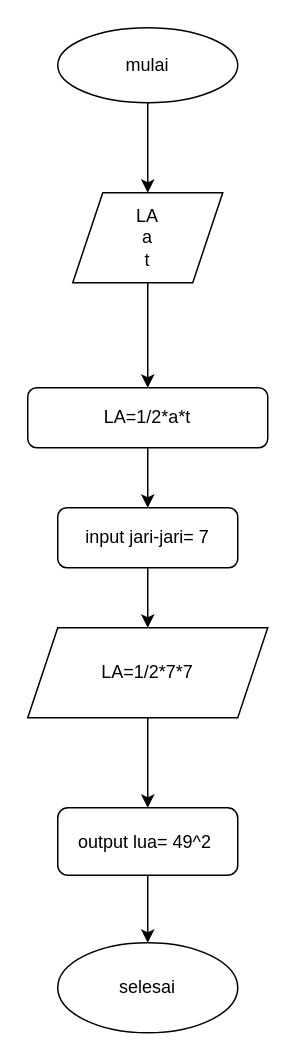
This is Diagram Tanpa Judul.drawio from lusy17/Algo_B_23241048_, a draw.io file, before an edit. Source tidied: cells renumbered, new cells numbered last; positions are measured from the earlier drawing's top-left corner, leaving out a move shared by most shapes. Both pictures are drawn from the tidied source at 150%, with x=0, y=0 at pixel (27, 27).
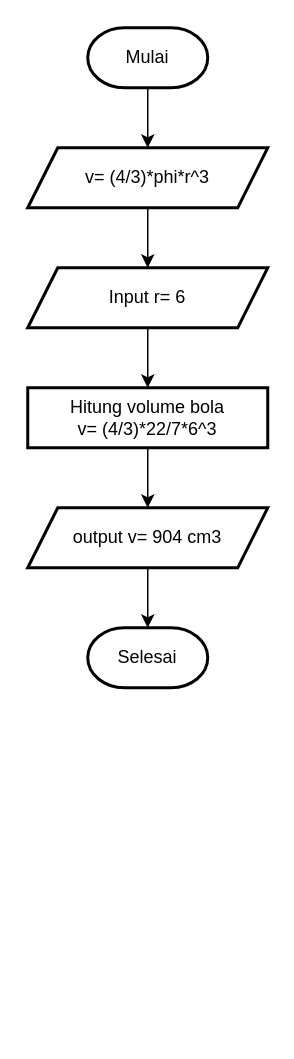
The same page after the edit.

Change to the diagram source:
```diff
@@
 <mxGraphModel>
   <root>
     <mxCell id="0" />
     <mxCell id="1" parent="0" />
-    <mxCell id="2" style="edgeStyle=orthogonalEdgeStyle;rounded=0;jettySize=auto;html=1;" parent="1" edge="1" source="3" target="5">
-      <mxGeometry relative="1" as="geometry" />
-    </mxCell>
-    <mxCell id="3" value="mulai" style="ellipse;whiteSpace=wrap;html=1;" parent="1" vertex="1">
-      <mxGeometry x="20" width="120" height="50" as="geometry" />
-    </mxCell>
-    <mxCell id="4" style="edgeStyle=orthogonalEdgeStyle;rounded=0;jettySize=auto;html=1;" parent="1" edge="1" source="5" target="7">
-      <mxGeometry relative="1" as="geometry" />
-    </mxCell>
-    <mxCell id="5" value="LA&lt;br&gt;a&lt;br&gt;t" style="shape=parallelogram;perimeter=parallelogramPerimeter;whiteSpace=wrap;html=1;fixedSize=1;" parent="1" vertex="1">
-      <mxGeometry x="30" y="110" width="100" height="60" as="geometry" />
-    </mxCell>
-    <mxCell id="6" style="edgeStyle=orthogonalEdgeStyle;rounded=0;jettySize=auto;html=1;" parent="1" edge="1" source="7" target="9">
-      <mxGeometry relative="1" as="geometry" />
-    </mxCell>
-    <mxCell id="7" value="LA=1/2*a*t" style="rounded=1;whiteSpace=wrap;html=1;" parent="1" vertex="1">
-      <mxGeometry y="240" width="160" height="40" as="geometry" />
-    </mxCell>
-    <mxCell id="8" style="edgeStyle=orthogonalEdgeStyle;rounded=0;jettySize=auto;html=1;" parent="1" edge="1" source="9" target="11">
-      <mxGeometry relative="1" as="geometry" />
-    </mxCell>
-    <mxCell id="9" value="input jari-jari= 7" style="rounded=1;whiteSpace=wrap;html=1;" parent="1" vertex="1">
-      <mxGeometry x="20" y="320" width="120" height="40" as="geometry" />
-    </mxCell>
-    <mxCell id="10" style="edgeStyle=orthogonalEdgeStyle;rounded=0;jettySize=auto;html=1;" parent="1" edge="1" source="11" target="13">
-      <mxGeometry relative="1" as="geometry" />
-    </mxCell>
-    <mxCell id="11" value="LA=1/2*7*7" style="shape=parallelogram;perimeter=parallelogramPerimeter;whiteSpace=wrap;html=1;fixedSize=1;" parent="1" vertex="1">
-      <mxGeometry y="400" width="160" height="60" as="geometry" />
-    </mxCell>
-    <mxCell id="12" style="edgeStyle=orthogonalEdgeStyle;rounded=0;jettySize=auto;html=1;" parent="1" edge="1" source="13" target="14">
-      <mxGeometry relative="1" as="geometry" />
-    </mxCell>
-    <mxCell id="13" value="output lua= 49^2&amp;nbsp;" style="rounded=1;whiteSpace=wrap;html=1;" parent="1" vertex="1">
-      <mxGeometry x="20" y="520" width="120" height="45" as="geometry" />
-    </mxCell>
-    <mxCell id="14" value="selesai" style="ellipse;whiteSpace=wrap;html=1;" parent="1" vertex="1">
-      <mxGeometry x="20" y="610" width="120" height="60" as="geometry" />
-    </mxCell>
+    <mxCell id="15" style="edgeStyle=orthogonalEdgeStyle;rounded=0;jettySize=auto;html=1;" parent="1" edge="1" source="16" target="25">
+      <mxGeometry relative="1" as="geometry" />
+    </mxCell>
+    <mxCell id="16" value="Mulai" style="strokeWidth=2;html=1;shape=mxgraph.flowchart.terminator;whiteSpace=wrap;" parent="1" vertex="1">
+      <mxGeometry x="40" width="80" height="40" as="geometry" />
+    </mxCell>
+    <mxCell id="17" style="edgeStyle=orthogonalEdgeStyle;rounded=0;jettySize=auto;html=1;" parent="1" edge="1" source="18" target="22">
+      <mxGeometry relative="1" as="geometry" />
+    </mxCell>
+    <mxCell id="18" value="Hitung volume bola&lt;br&gt;v= (4/3)*22/7*6^3" style="rounded=0;whiteSpace=wrap;html=1;strokeWidth=2;" parent="1" vertex="1">
+      <mxGeometry y="240" width="160" height="40" as="geometry" />
+    </mxCell>
+    <mxCell id="19" style="edgeStyle=orthogonalEdgeStyle;rounded=0;jettySize=auto;html=1;" parent="1" edge="1" source="20" target="18">
+      <mxGeometry relative="1" as="geometry" />
+    </mxCell>
+    <mxCell id="20" value="Input r= 6" style="shape=parallelogram;perimeter=parallelogramPerimeter;whiteSpace=wrap;html=1;fixedSize=1;strokeWidth=2;" parent="1" vertex="1">
+      <mxGeometry y="160" width="160" height="40" as="geometry" />
+    </mxCell>
+    <mxCell id="21" style="edgeStyle=orthogonalEdgeStyle;rounded=0;jettySize=auto;html=1;" parent="1" edge="1" source="22" target="23">
+      <mxGeometry relative="1" as="geometry" />
+    </mxCell>
+    <mxCell id="22" value="output v= 904 cm3" style="shape=parallelogram;perimeter=parallelogramPerimeter;whiteSpace=wrap;html=1;fixedSize=1;strokeWidth=2;" parent="1" vertex="1">
+      <mxGeometry y="320" width="160" height="40" as="geometry" />
+    </mxCell>
+    <mxCell id="23" value="Selesai" style="strokeWidth=2;html=1;shape=mxgraph.flowchart.terminator;whiteSpace=wrap;" parent="1" vertex="1">
+      <mxGeometry x="40" y="400" width="80" height="40" as="geometry" />
+    </mxCell>
+    <mxCell id="24" style="edgeStyle=orthogonalEdgeStyle;rounded=0;jettySize=auto;html=1;" parent="1" edge="1" source="25" target="20">
+      <mxGeometry relative="1" as="geometry" />
+    </mxCell>
+    <mxCell id="25" value="v= (4/3)*phi*r^3" style="shape=parallelogram;perimeter=parallelogramPerimeter;whiteSpace=wrap;html=1;fixedSize=1;strokeWidth=2;" parent="1" vertex="1">
+      <mxGeometry y="80" width="160" height="40" as="geometry" />
+    </mxCell>
   </root>
 </mxGraphModel>
```
